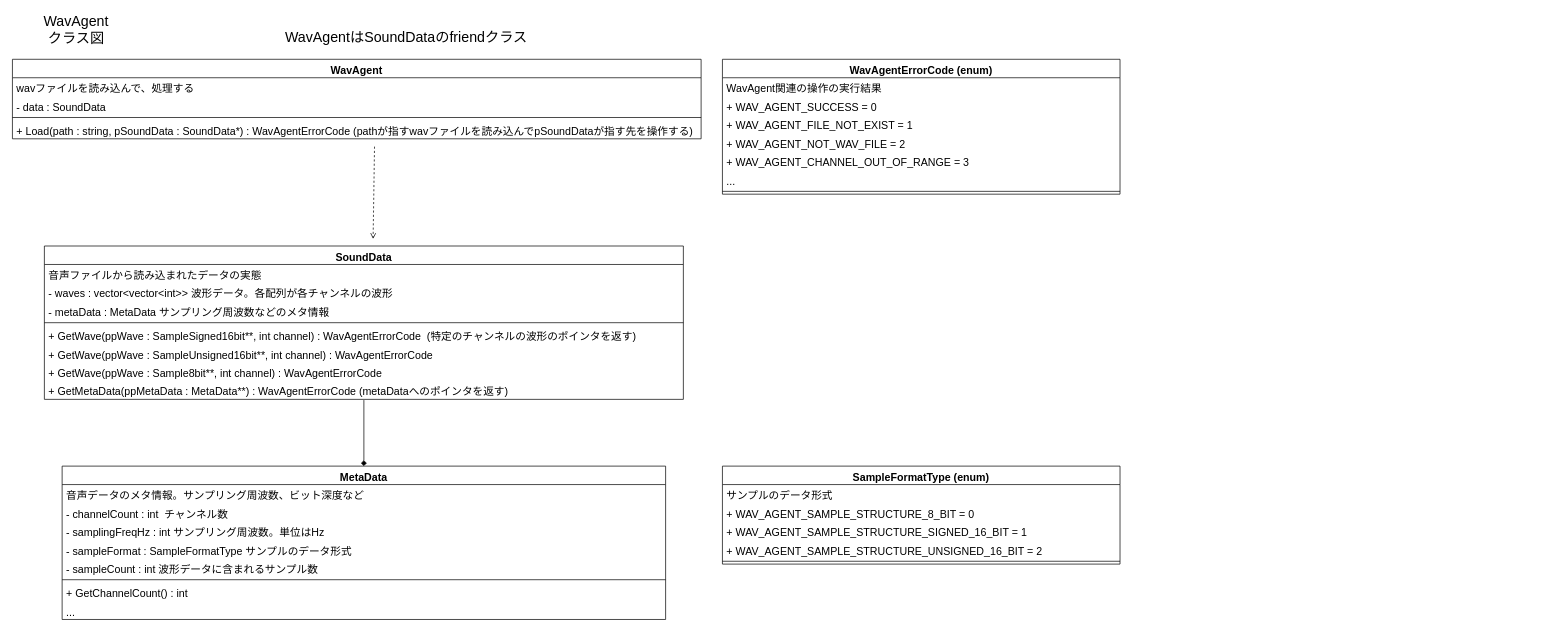
The draw.io diagram design/WavAgentClassDiagram.drawio in Dumble009/WavAgent, before the edit. Source tidied: cells renumbered, new cells numbered last; positions are measured from the earlier drawing's top-left corner, leaving out a move shared by most shapes. Both pictures are drawn from the tidied source at 71%, with x=0, y=0 at pixel (12, 18).
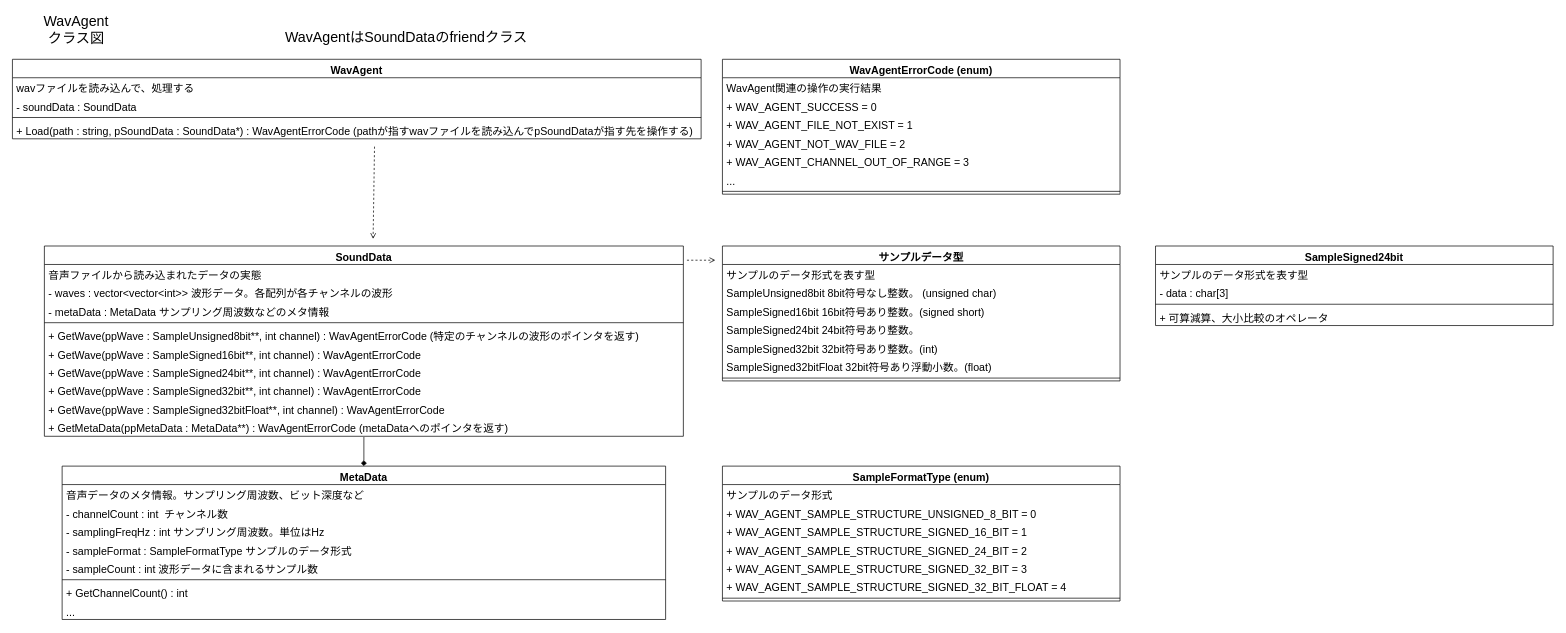
The same page after the edit.

The change refers to these unchanged cells:
```xml
<mxCell id="4" value="WavAgent" style="swimlane;fontStyle=1;align=center;verticalAlign=top;horizontal=1;startSize=26;fontSize=15;" parent="1" vertex="1">
  <mxGeometry y="57" width="970" height="112" as="geometry" />
</mxCell>
```

The edit, as a diff of the source:
```diff
@@
-    <mxCell id="6" value="- data : SoundData" style="text;strokeColor=none;fillColor=none;align=left;verticalAlign=top;spacingLeft=4;spacingRight=4;overflow=hidden;fontSize=15;" parent="4" vertex="1">
+    <mxCell id="6" value="- soundData : SoundData" style="text;strokeColor=none;fillColor=none;align=left;verticalAlign=top;spacingLeft=4;spacingRight=4;overflow=hidden;fontSize=15;" parent="4" vertex="1">
       <mxGeometry y="52" width="970" height="26" as="geometry" />
     </mxCell>
@@
     <mxCell id="9" value="SoundData" style="swimlane;fontStyle=1;align=center;verticalAlign=top;horizontal=1;startSize=26;fontSize=15;" parent="1" vertex="1">
-      <mxGeometry x="45" y="320" width="900" height="216" as="geometry" />
+      <mxGeometry x="45" y="320" width="900" height="268" as="geometry" />
     </mxCell>
@@
+    <mxCell id="16" value="+ GetWave(ppWave : SampleUnsigned8bit**, int channel) : WavAgentErrorCode (特定のチャンネルの波形のポインタを返す)" style="text;strokeColor=none;fillColor=none;align=left;verticalAlign=top;spacingLeft=4;spacingRight=4;overflow=hidden;fontSize=15;" parent="9" vertex="1">
+      <mxGeometry y="112" width="900" height="26" as="geometry" />
+    </mxCell>
-    <mxCell id="14" value="+ GetWave(ppWave : SampleSigned16bit**, int channel) : WavAgentErrorCode  (特定のチャンネルの波形のポインタを返す)" style="text;strokeColor=none;fillColor=none;align=left;verticalAlign=top;spacingLeft=4;spacingRight=4;overflow=hidden;fontSize=15;" parent="9" vertex="1">
-      <mxGeometry y="112" width="900" height="26" as="geometry" />
+    <mxCell id="14" value="+ GetWave(ppWave : SampleSigned16bit**, int channel) : WavAgentErrorCode  " style="text;strokeColor=none;fillColor=none;align=left;verticalAlign=top;spacingLeft=4;spacingRight=4;overflow=hidden;fontSize=15;" parent="9" vertex="1">
+      <mxGeometry y="138" width="900" height="26" as="geometry" />
     </mxCell>
-    <mxCell id="15" value="+ GetWave(ppWave : SampleUnsigned16bit**, int channel) : WavAgentErrorCode " style="text;strokeColor=none;fillColor=none;align=left;verticalAlign=top;spacingLeft=4;spacingRight=4;overflow=hidden;fontSize=15;" parent="9" vertex="1">
-      <mxGeometry y="138" width="900" height="26" as="geometry" />
-    </mxCell>
-    <mxCell id="16" value="+ GetWave(ppWave : Sample8bit**, int channel) : WavAgentErrorCode " style="text;strokeColor=none;fillColor=none;align=left;verticalAlign=top;spacingLeft=4;spacingRight=4;overflow=hidden;fontSize=15;" parent="9" vertex="1">
-      <mxGeometry y="164" width="900" height="26" as="geometry" />
-    </mxCell>
+    <mxCell id="43" value="+ GetWave(ppWave : SampleSigned24bit**, int channel) : WavAgentErrorCode " style="text;strokeColor=none;fillColor=none;align=left;verticalAlign=top;spacingLeft=4;spacingRight=4;overflow=hidden;fontSize=15;" parent="9" vertex="1">
+      <mxGeometry y="164" width="900" height="26" as="geometry" />
+    </mxCell>
+    <mxCell id="44" value="+ GetWave(ppWave : SampleSigned32bit**, int channel) : WavAgentErrorCode  " style="text;strokeColor=none;fillColor=none;align=left;verticalAlign=top;spacingLeft=4;spacingRight=4;overflow=hidden;fontSize=15;" parent="9" vertex="1">
+      <mxGeometry y="190" width="900" height="26" as="geometry" />
+    </mxCell>
+    <mxCell id="45" value="+ GetWave(ppWave : SampleSigned32bitFloat**, int channel) : WavAgentErrorCode  " style="text;strokeColor=none;fillColor=none;align=left;verticalAlign=top;spacingLeft=4;spacingRight=4;overflow=hidden;fontSize=15;" parent="9" vertex="1">
+      <mxGeometry y="216" width="900" height="26" as="geometry" />
+    </mxCell>
     <mxCell id="17" value="+ GetMetaData(ppMetaData : MetaData**) : WavAgentErrorCode (metaDataへのポインタを返す)" style="text;strokeColor=none;fillColor=none;align=left;verticalAlign=top;spacingLeft=4;spacingRight=4;overflow=hidden;points=[[0,0.5],[1,0.5]];portConstraint=eastwest;fontSize=15;" parent="9" vertex="1">
-      <mxGeometry y="190" width="900" height="26" as="geometry" />
+      <mxGeometry y="242" width="900" height="26" as="geometry" />
     </mxCell>
@@
     <mxCell id="37" value="SampleFormatType (enum)" style="swimlane;fontStyle=1;align=center;verticalAlign=top;horizontal=1;startSize=26;fontSize=15;" parent="1" vertex="1">
-      <mxGeometry x="1000" y="630" width="560" height="138" as="geometry" />
+      <mxGeometry x="1000" y="630" width="560" height="190" as="geometry" />
     </mxCell>
@@
-    <mxCell id="39" value="+ WAV_AGENT_SAMPLE_STRUCTURE_8_BIT = 0" style="text;strokeColor=none;fillColor=none;align=left;verticalAlign=top;spacingLeft=4;spacingRight=4;overflow=hidden;fontSize=15;" parent="37" vertex="1">
+    <mxCell id="39" value="+ WAV_AGENT_SAMPLE_STRUCTURE_UNSIGNED_8_BIT = 0" style="text;strokeColor=none;fillColor=none;align=left;verticalAlign=top;spacingLeft=4;spacingRight=4;overflow=hidden;fontSize=15;" parent="37" vertex="1">
       <mxGeometry y="52" width="560" height="26" as="geometry" />
     </mxCell>
@@
-    <mxCell id="41" value="+ WAV_AGENT_SAMPLE_STRUCTURE_UNSIGNED_16_BIT = 2" style="text;strokeColor=none;fillColor=none;align=left;verticalAlign=top;spacingLeft=4;spacingRight=4;overflow=hidden;fontSize=15;" parent="37" vertex="1">
+    <mxCell id="41" value="+ WAV_AGENT_SAMPLE_STRUCTURE_SIGNED_24_BIT = 2" style="text;strokeColor=none;fillColor=none;align=left;verticalAlign=top;spacingLeft=4;spacingRight=4;overflow=hidden;fontSize=15;" parent="37" vertex="1">
       <mxGeometry y="104" width="560" height="26" as="geometry" />
     </mxCell>
+    <mxCell id="46" value="+ WAV_AGENT_SAMPLE_STRUCTURE_SIGNED_32_BIT = 3" style="text;strokeColor=none;fillColor=none;align=left;verticalAlign=top;spacingLeft=4;spacingRight=4;overflow=hidden;fontSize=15;" parent="37" vertex="1">
+      <mxGeometry y="130" width="560" height="26" as="geometry" />
+    </mxCell>
+    <mxCell id="47" value="+ WAV_AGENT_SAMPLE_STRUCTURE_SIGNED_32_BIT_FLOAT = 4" style="text;strokeColor=none;fillColor=none;align=left;verticalAlign=top;spacingLeft=4;spacingRight=4;overflow=hidden;fontSize=15;" parent="37" vertex="1">
+      <mxGeometry y="156" width="560" height="26" as="geometry" />
+    </mxCell>
     <mxCell id="42" style="line;strokeWidth=1;fillColor=none;align=left;verticalAlign=middle;spacingTop=-1;spacingLeft=3;spacingRight=3;labelPosition=right;fontSize=15;" parent="37" vertex="1">
-      <mxGeometry y="130" width="560" height="8" as="geometry" />
+      <mxGeometry y="182" width="560" height="8" as="geometry" />
     </mxCell>
+    <mxCell id="48" value="サンプルデータ型" style="swimlane;fontStyle=1;align=center;verticalAlign=top;horizontal=1;startSize=26;fontSize=15;" parent="1" vertex="1">
+      <mxGeometry x="1000" y="320" width="560" height="190" as="geometry" />
+    </mxCell>
+    <mxCell id="49" value="サンプルのデータ形式を表す型" style="text;strokeColor=none;fillColor=none;align=left;verticalAlign=top;spacingLeft=4;spacingRight=4;overflow=hidden;fontSize=15;" parent="48" vertex="1">
+      <mxGeometry y="26" width="560" height="26" as="geometry" />
+    </mxCell>
+    <mxCell id="50" value="SampleUnsigned8bit 8bit符号なし整数。 (unsigned char)" style="text;strokeColor=none;fillColor=none;align=left;verticalAlign=top;spacingLeft=4;spacingRight=4;overflow=hidden;fontSize=15;" parent="48" vertex="1">
+      <mxGeometry y="52" width="560" height="26" as="geometry" />
+    </mxCell>
+    <mxCell id="51" value="SampleSigned16bit 16bit符号あり整数。(signed short)" style="text;strokeColor=none;fillColor=none;align=left;verticalAlign=top;spacingLeft=4;spacingRight=4;overflow=hidden;fontSize=15;" parent="48" vertex="1">
+      <mxGeometry y="78" width="560" height="26" as="geometry" />
+    </mxCell>
+    <mxCell id="52" value="SampleSigned24bit 24bit符号あり整数。" style="text;strokeColor=none;fillColor=none;align=left;verticalAlign=top;spacingLeft=4;spacingRight=4;overflow=hidden;fontSize=15;" parent="48" vertex="1">
+      <mxGeometry y="104" width="560" height="26" as="geometry" />
+    </mxCell>
+    <mxCell id="53" value="SampleSigned32bit 32bit符号あり整数。(int)" style="text;strokeColor=none;fillColor=none;align=left;verticalAlign=top;spacingLeft=4;spacingRight=4;overflow=hidden;fontSize=15;" parent="48" vertex="1">
+      <mxGeometry y="130" width="560" height="26" as="geometry" />
+    </mxCell>
+    <mxCell id="54" value="SampleSigned32bitFloat 32bit符号あり浮動小数。(float)" style="text;strokeColor=none;fillColor=none;align=left;verticalAlign=top;spacingLeft=4;spacingRight=4;overflow=hidden;fontSize=15;" parent="48" vertex="1">
+      <mxGeometry y="156" width="560" height="26" as="geometry" />
+    </mxCell>
+    <mxCell id="55" style="line;strokeWidth=1;fillColor=none;align=left;verticalAlign=middle;spacingTop=-1;spacingLeft=3;spacingRight=3;labelPosition=right;fontSize=15;" parent="48" vertex="1">
+      <mxGeometry y="182" width="560" height="8" as="geometry" />
+    </mxCell>
+    <mxCell id="56" value="SampleSigned24bit" style="swimlane;fontStyle=1;align=center;verticalAlign=top;horizontal=1;startSize=26;fontSize=15;" parent="1" vertex="1">
+      <mxGeometry x="1610" y="320" width="560" height="112" as="geometry" />
+    </mxCell>
+    <mxCell id="57" value="サンプルのデータ形式を表す型" style="text;strokeColor=none;fillColor=none;align=left;verticalAlign=top;spacingLeft=4;spacingRight=4;overflow=hidden;fontSize=15;" parent="56" vertex="1">
+      <mxGeometry y="26" width="560" height="26" as="geometry" />
+    </mxCell>
+    <mxCell id="58" value="- data : char[3]" style="text;strokeColor=none;fillColor=none;align=left;verticalAlign=top;spacingLeft=4;spacingRight=4;overflow=hidden;fontSize=15;" parent="56" vertex="1">
+      <mxGeometry y="52" width="560" height="26" as="geometry" />
+    </mxCell>
+    <mxCell id="59" style="line;strokeWidth=1;fillColor=none;align=left;verticalAlign=middle;spacingTop=-1;spacingLeft=3;spacingRight=3;labelPosition=right;fontSize=15;" parent="56" vertex="1">
+      <mxGeometry y="78" width="560" height="8" as="geometry" />
+    </mxCell>
+    <mxCell id="60" value="+ 可算減算、大小比較のオペレータ" style="text;strokeColor=none;fillColor=none;align=left;verticalAlign=top;spacingLeft=4;spacingRight=4;overflow=hidden;fontSize=15;" parent="56" vertex="1">
+      <mxGeometry y="86" width="560" height="26" as="geometry" />
+    </mxCell>
+    <mxCell id="61" style="endArrow=open;html=1;rounded=0;fontSize=15;endFill=0;dashed=1;" parent="1" edge="1">
+      <mxGeometry relative="1" as="geometry">
+        <mxPoint x="950" y="340" as="sourcePoint" />
+        <mxPoint x="990" y="340" as="targetPoint" />
+      </mxGeometry>
+    </mxCell>
```
